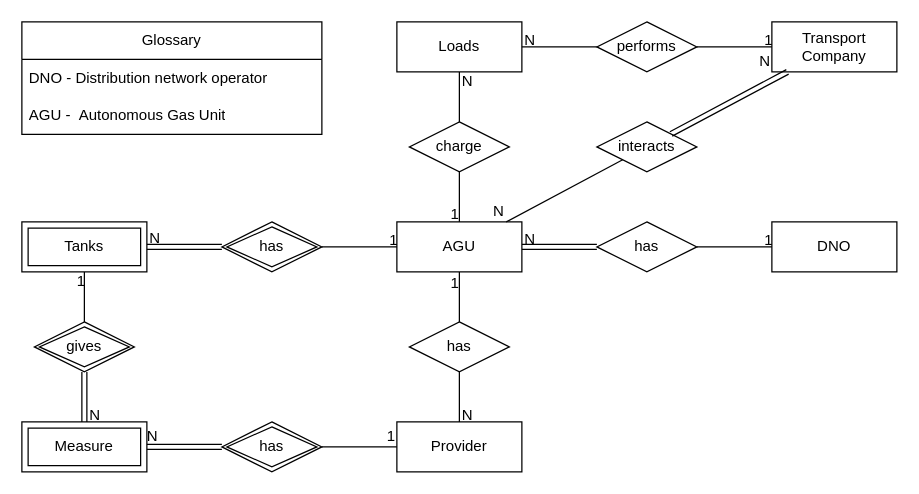
AGU-Data-System/AGU-Data-System keeps this draw.io diagram as page "EA WO atributes" (3 of 4) of docs/AGU-diagrams.drawio. Above is the earlier version. Source tidied: cells renumbered, new cells numbered last; positions are measured from the earlier drawing's top-left corner, leaving out a move shared by most shapes. Both pictures are drawn from the tidied source at 125%, with x=0, y=0 at pixel (21, 21).
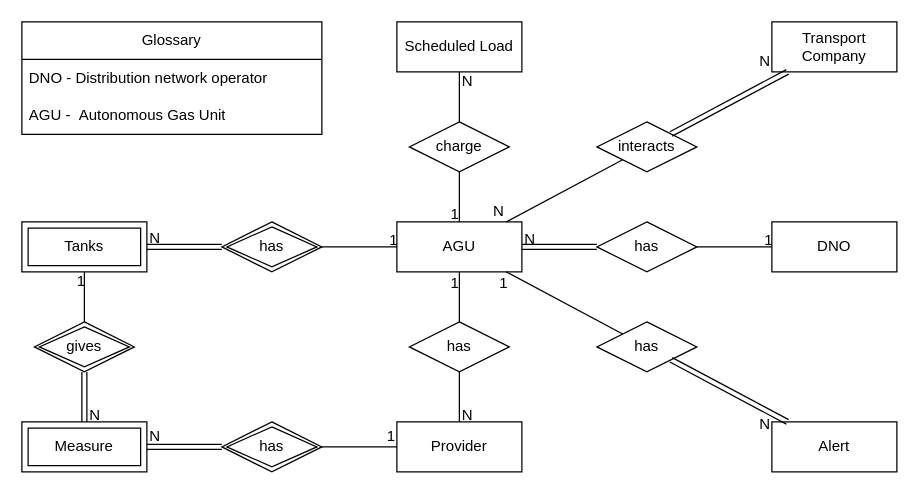
The same diagram, later.

The change refers to these unchanged cells:
```xml
<mxCell id="2" value="Transport Company" style="whiteSpace=wrap;html=1;align=center;" parent="1" vertex="1">
  <mxGeometry x="600" width="100" height="40" as="geometry" />
</mxCell>
<mxCell id="39" style="shape=link;html=1;rounded=0;" parent="1" edge="1" source="32" target="31">
  <mxGeometry relative="1" as="geometry" />
</mxCell>
<mxCell id="41" value="AGU" style="whiteSpace=wrap;html=1;align=center;" parent="1" vertex="1">
  <mxGeometry x="300" y="160" width="100" height="40" as="geometry" />
</mxCell>
```

What changed in the source:
```diff
@@
-    <mxCell id="3" value="Loads" style="whiteSpace=wrap;html=1;align=center;" parent="1" vertex="1">
+    <mxCell id="3" value="Scheduled&amp;nbsp;&lt;span style=&quot;background-color: initial;&quot;&gt;Load&lt;/span&gt;" style="whiteSpace=wrap;html=1;align=center;" parent="1" vertex="1">
       <mxGeometry x="300" width="100" height="40" as="geometry" />
     </mxCell>
-    <mxCell id="4" value="performs" style="shape=rhombus;perimeter=rhombusPerimeter;whiteSpace=wrap;html=1;align=center;" parent="1" vertex="1">
-      <mxGeometry x="460" width="80" height="40" as="geometry" />
-    </mxCell>
-    <mxCell id="5" style="endArrow=none;html=1;rounded=0;" parent="1" edge="1" source="4" target="3">
-      <mxGeometry relative="1" as="geometry" />
-    </mxCell>
-    <mxCell id="6" value="N" style="html=1;whiteSpace=wrap;align=right;verticalAlign=bottom;" parent="5" vertex="1">
-      <mxGeometry x="1" relative="1" as="geometry">
-        <mxPoint x="12" y="3" as="offset" />
-      </mxGeometry>
-    </mxCell>
-    <mxCell id="7" style="endArrow=none;html=1;rounded=0;" parent="1" edge="1" source="4" target="2">
-      <mxGeometry relative="1" as="geometry" />
-    </mxCell>
-    <mxCell id="8" value="1" style="html=1;whiteSpace=wrap;align=right;verticalAlign=bottom;" parent="7" vertex="1">
-      <mxGeometry x="1" relative="1" as="geometry">
-        <mxPoint x="2" y="3" as="offset" />
-      </mxGeometry>
-    </mxCell>
@@
     <mxCell id="40" value="N" style="html=1;whiteSpace=wrap;align=right;verticalAlign=bottom;" parent="39" vertex="1">
       <mxGeometry x="1" relative="1" as="geometry">
-        <mxPoint x="10" as="offset" />
+        <mxPoint x="12" as="offset" />
       </mxGeometry>
     </mxCell>
@@
+    <mxCell id="52" value="Alert" style="whiteSpace=wrap;html=1;align=center;" parent="1" vertex="1">
+      <mxGeometry x="600" y="320" width="100" height="40" as="geometry" />
+    </mxCell>
+    <mxCell id="53" value="has" style="shape=rhombus;perimeter=rhombusPerimeter;whiteSpace=wrap;html=1;align=center;" parent="1" vertex="1">
+      <mxGeometry x="460" y="240" width="80" height="40" as="geometry" />
+    </mxCell>
+    <mxCell id="54" style="shape=link;html=1;rounded=0;" parent="1" edge="1" source="53" target="52">
+      <mxGeometry relative="1" as="geometry" />
+    </mxCell>
+    <mxCell id="6" value="N" style="html=1;whiteSpace=wrap;align=right;verticalAlign=bottom;" parent="54" vertex="1">
+      <mxGeometry x="1" relative="1" as="geometry">
+        <mxPoint x="-13" y="10" as="offset" />
+      </mxGeometry>
+    </mxCell>
+    <mxCell id="55" style="endArrow=none;html=1;rounded=0;" parent="1" edge="1" source="53" target="41">
+      <mxGeometry relative="1" as="geometry" />
+    </mxCell>
+    <mxCell id="8" value="1" style="html=1;whiteSpace=wrap;align=right;verticalAlign=bottom;" parent="55" vertex="1">
+      <mxGeometry x="1" relative="1" as="geometry">
+        <mxPoint x="3" y="17" as="offset" />
+      </mxGeometry>
+    </mxCell>
```
